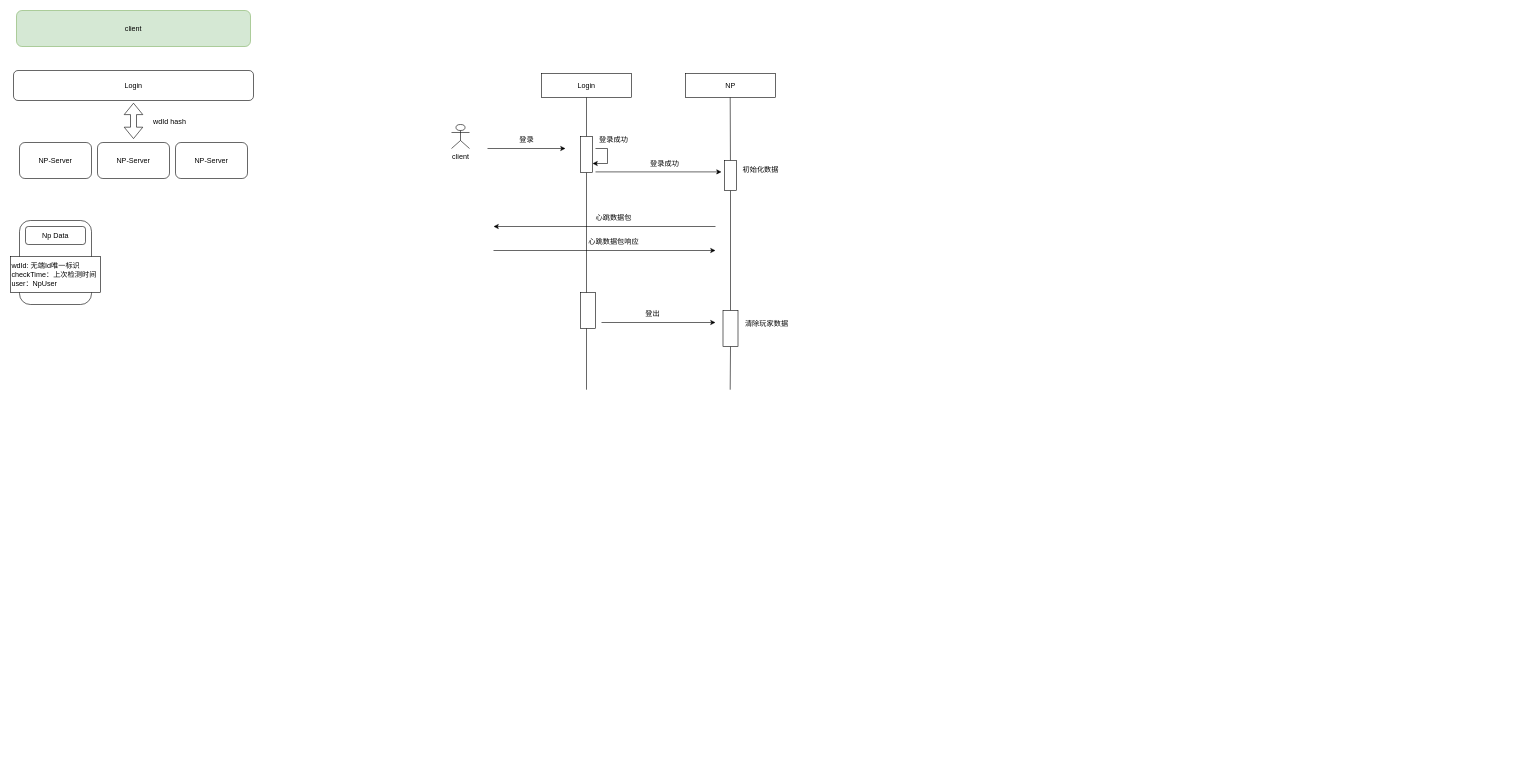
The draw.io diagram SSJJ2/NP接入.drawio in Ordertiny/graph, before the edit. Source tidied: cells renumbered, new cells numbered last; positions are measured from the earlier drawing's top-left corner, leaving out a move shared by most shapes. Both pictures are drawn from the tidied source at 60%, with x=0, y=0 at pixel (10, 10).
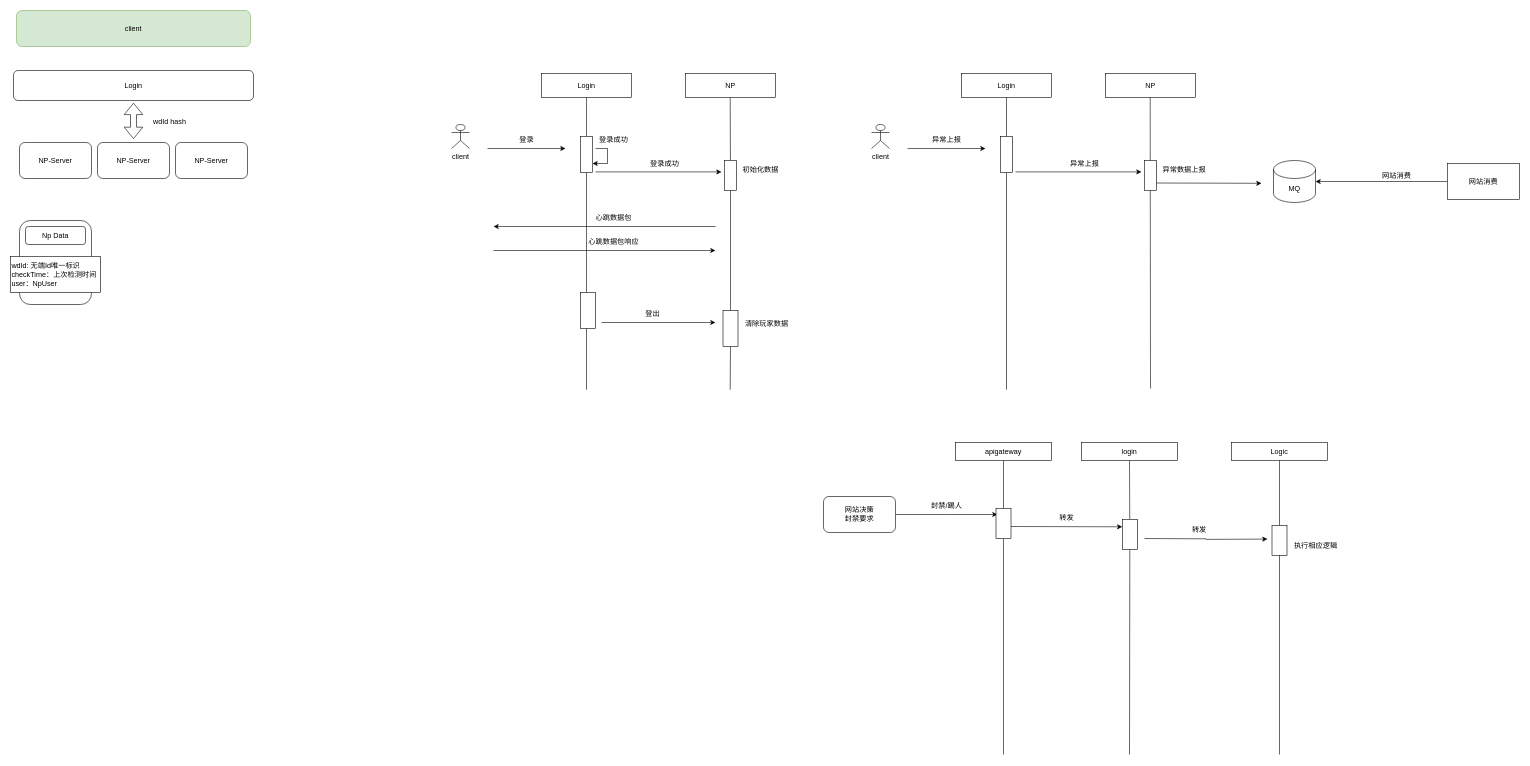
After the change.

Change to the diagram source:
```diff
@@
+    <mxCell id="38" value="Login" style="rounded=0;whiteSpace=wrap;html=1;" parent="1" vertex="1">
+      <mxGeometry x="1585" y="105" width="150" height="40" as="geometry" />
+    </mxCell>
+    <mxCell id="39" value="NP" style="rounded=0;whiteSpace=wrap;html=1;" parent="1" vertex="1">
+      <mxGeometry x="1825" y="105" width="150" height="40" as="geometry" />
+    </mxCell>
+    <mxCell id="40" value="client" style="shape=umlActor;verticalLabelPosition=bottom;verticalAlign=top;html=1;" parent="1" vertex="1">
+      <mxGeometry x="1435" y="190" width="30" height="40" as="geometry" />
+    </mxCell>
+    <mxCell id="41" style="endArrow=none;html=1;rounded=0;entryX=0.5;entryY=1;entryDx=0;entryDy=0;" parent="1" edge="1" source="44" target="38">
+      <mxGeometry relative="1" as="geometry" />
+    </mxCell>
+    <mxCell id="42" style="endArrow=none;html=1;rounded=0;entryX=0.5;entryY=1;entryDx=0;entryDy=0;" parent="1" edge="1">
+      <mxGeometry relative="1" as="geometry">
+        <mxPoint x="1900" y="630" as="sourcePoint" />
+        <mxPoint x="1899.5" y="145" as="targetPoint" />
+      </mxGeometry>
+    </mxCell>
+    <mxCell id="43" style="endArrow=none;html=1;rounded=0;entryX=0.5;entryY=1;entryDx=0;entryDy=0;" parent="1" edge="1" target="44">
+      <mxGeometry relative="1" as="geometry">
+        <mxPoint x="1660" y="632" as="sourcePoint" />
+      </mxGeometry>
+    </mxCell>
+    <mxCell id="44" style="rounded=0;whiteSpace=wrap;html=1;" parent="1" vertex="1">
+      <mxGeometry x="1650" y="210" width="20" height="60" as="geometry" />
+    </mxCell>
+    <mxCell id="45" style="endArrow=classic;html=1;rounded=0;" parent="1" edge="1">
+      <mxGeometry relative="1" as="geometry">
+        <mxPoint x="1495" y="230" as="sourcePoint" />
+        <mxPoint x="1625" y="230" as="targetPoint" />
+      </mxGeometry>
+    </mxCell>
+    <mxCell id="46" value="异常上报" style="text;html=1;align=center;verticalAlign=middle;strokeColor=none;fillColor=none;" parent="1" vertex="1">
+      <mxGeometry x="1525" y="200" width="70" height="30" as="geometry" />
+    </mxCell>
+    <mxCell id="47" style="rounded=0;whiteSpace=wrap;html=1;" parent="1" vertex="1">
+      <mxGeometry x="1890" y="250" width="20" height="50" as="geometry" />
+    </mxCell>
+    <mxCell id="48" style="endArrow=classic;html=1;rounded=0;" parent="1" edge="1">
+      <mxGeometry relative="1" as="geometry">
+        <mxPoint x="1675" y="269" as="sourcePoint" />
+        <mxPoint x="1885" y="269" as="targetPoint" />
+      </mxGeometry>
+    </mxCell>
+    <mxCell id="49" value="异常上报" style="text;html=1;align=center;verticalAlign=middle;strokeColor=none;fillColor=none;" parent="1" vertex="1">
+      <mxGeometry x="1755" y="240" width="70" height="30" as="geometry" />
+    </mxCell>
+    <mxCell id="50" value="异常数据上报" style="text;html=1;align=center;verticalAlign=middle;strokeColor=none;fillColor=none;" parent="1" vertex="1">
+      <mxGeometry x="1906" y="250" width="100" height="30" as="geometry" />
+    </mxCell>
+    <mxCell id="51" style="endArrow=classic;html=1;rounded=0;exitX=1;exitY=0.75;exitDx=0;exitDy=0;" parent="1" edge="1" source="47">
+      <mxGeometry relative="1" as="geometry">
+        <mxPoint x="2085" y="288" as="targetPoint" />
+      </mxGeometry>
+    </mxCell>
+    <mxCell id="52" value="MQ" style="shape=cylinder3;whiteSpace=wrap;html=1;boundedLbl=1;backgroundOutline=1;size=15;" parent="1" vertex="1">
+      <mxGeometry x="2105" y="250" width="70" height="70" as="geometry" />
+    </mxCell>
+    <mxCell id="53" style="edgeStyle=orthogonalEdgeStyle;rounded=0;jettySize=auto;html=1;exitX=0;exitY=0.5;exitDx=0;exitDy=0;" parent="1" edge="1" source="54" target="52">
+      <mxGeometry relative="1" as="geometry">
+        <Array as="points">
+          <mxPoint x="2395" y="285" />
+        </Array>
+      </mxGeometry>
+    </mxCell>
+    <mxCell id="54" value="网站消费" style="rounded=0;whiteSpace=wrap;html=1;" parent="1" vertex="1">
+      <mxGeometry x="2395" y="255" width="120" height="60" as="geometry" />
+    </mxCell>
+    <mxCell id="55" value="网站消费" style="text;html=1;align=center;verticalAlign=middle;strokeColor=none;fillColor=none;" parent="1" vertex="1">
+      <mxGeometry x="2275" y="260" width="70" height="30" as="geometry" />
+    </mxCell>
+    <mxCell id="56" style="edgeStyle=orthogonalEdgeStyle;rounded=0;jettySize=auto;html=1;exitX=1;exitY=0.5;exitDx=0;exitDy=0;" parent="1" edge="1" source="57">
+      <mxGeometry relative="1" as="geometry">
+        <mxPoint x="1645" y="840" as="targetPoint" />
+      </mxGeometry>
+    </mxCell>
+    <mxCell id="57" value="网站决策&lt;br&gt;封禁要求" style="rounded=1;whiteSpace=wrap;html=1;" parent="1" vertex="1">
+      <mxGeometry x="1355" y="810" width="120" height="60" as="geometry" />
+    </mxCell>
+    <mxCell id="58" value="apigateway" style="rounded=0;whiteSpace=wrap;html=1;" parent="1" vertex="1">
+      <mxGeometry x="1575" y="720" width="160" height="30" as="geometry" />
+    </mxCell>
+    <mxCell id="59" style="endArrow=none;html=1;rounded=0;entryX=0.5;entryY=1;entryDx=0;entryDy=0;" parent="1" edge="1" source="66" target="58">
+      <mxGeometry relative="1" as="geometry" />
+    </mxCell>
+    <mxCell id="60" value="login" style="rounded=0;whiteSpace=wrap;html=1;" parent="1" vertex="1">
+      <mxGeometry x="1785" y="720" width="160" height="30" as="geometry" />
+    </mxCell>
+    <mxCell id="61" style="endArrow=none;html=1;rounded=0;entryX=0.5;entryY=1;entryDx=0;entryDy=0;" parent="1" edge="1" source="69" target="60">
+      <mxGeometry relative="1" as="geometry" />
+    </mxCell>
+    <mxCell id="62" value="Logic" style="rounded=0;whiteSpace=wrap;html=1;" parent="1" vertex="1">
+      <mxGeometry x="2035" y="720" width="160" height="30" as="geometry" />
+    </mxCell>
+    <mxCell id="63" style="endArrow=none;html=1;rounded=0;entryX=0.5;entryY=1;entryDx=0;entryDy=0;" parent="1" edge="1" target="62">
+      <mxGeometry relative="1" as="geometry">
+        <mxPoint x="2115" y="1240" as="sourcePoint" />
+      </mxGeometry>
+    </mxCell>
+    <mxCell id="64" value="封禁/踢人" style="text;html=1;align=center;verticalAlign=middle;strokeColor=none;fillColor=none;" parent="1" vertex="1">
+      <mxGeometry x="1525" y="810" width="70" height="30" as="geometry" />
+    </mxCell>
+    <mxCell id="65" style="endArrow=none;html=1;rounded=0;entryX=0.5;entryY=1;entryDx=0;entryDy=0;" parent="1" edge="1" target="66">
+      <mxGeometry relative="1" as="geometry">
+        <mxPoint x="1655" y="1240" as="sourcePoint" />
+      </mxGeometry>
+    </mxCell>
+    <mxCell id="66" style="rounded=0;whiteSpace=wrap;html=1;" parent="1" vertex="1">
+      <mxGeometry x="1642.5" y="830" width="25" height="50" as="geometry" />
+    </mxCell>
+    <mxCell id="67" style="edgeStyle=orthogonalEdgeStyle;rounded=0;jettySize=auto;html=1;exitX=1;exitY=0.5;exitDx=0;exitDy=0;entryX=0;entryY=0.25;entryDx=0;entryDy=0;" parent="1" edge="1" target="69">
+      <mxGeometry relative="1" as="geometry">
+        <mxPoint x="1667.5" y="860" as="sourcePoint" />
+      </mxGeometry>
+    </mxCell>
+    <mxCell id="68" style="endArrow=none;html=1;rounded=0;entryX=0.5;entryY=1;entryDx=0;entryDy=0;" parent="1" edge="1" target="69">
+      <mxGeometry relative="1" as="geometry">
+        <mxPoint x="1865" y="1240" as="sourcePoint" />
+      </mxGeometry>
+    </mxCell>
+    <mxCell id="69" style="rounded=0;whiteSpace=wrap;html=1;" parent="1" vertex="1">
+      <mxGeometry x="1853" y="848" width="25" height="50" as="geometry" />
+    </mxCell>
+    <mxCell id="70" style="rounded=0;whiteSpace=wrap;html=1;" parent="1" vertex="1">
+      <mxGeometry x="2102.5" y="858" width="25" height="50" as="geometry" />
+    </mxCell>
+    <mxCell id="71" value="转发" style="text;html=1;align=center;verticalAlign=middle;strokeColor=none;fillColor=none;" parent="1" vertex="1">
+      <mxGeometry x="1735" y="830" width="50" height="30" as="geometry" />
+    </mxCell>
+    <mxCell id="72" style="edgeStyle=orthogonalEdgeStyle;rounded=0;orthogonalLoop=1;jettySize=auto;html=1;exitX=1;exitY=0.5;exitDx=0;exitDy=0;" parent="1" edge="1">
+      <mxGeometry relative="1" as="geometry">
+        <mxPoint x="1890" y="880" as="sourcePoint" />
+        <mxPoint x="2095" y="881" as="targetPoint" />
+      </mxGeometry>
+    </mxCell>
+    <mxCell id="73" value="转发" style="text;html=1;align=center;verticalAlign=middle;strokeColor=none;fillColor=none;" parent="1" vertex="1">
+      <mxGeometry x="1956" y="850" width="50" height="30" as="geometry" />
+    </mxCell>
+    <mxCell id="74" value="执行相应逻辑" style="text;html=1;align=center;verticalAlign=middle;strokeColor=none;fillColor=none;" parent="1" vertex="1">
+      <mxGeometry x="2125" y="878" width="100" height="30" as="geometry" />
+    </mxCell>
```
